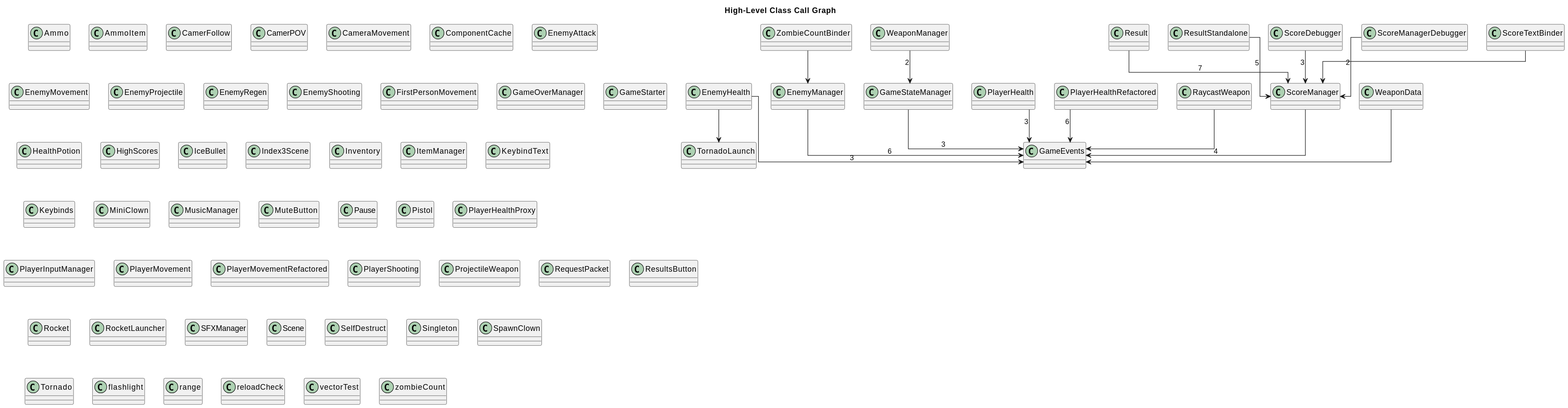
The PlantUML diagram DevTools/Diagrams/out/call_graph.svg in ieatyoursushi/Zombtoy, before a commit.
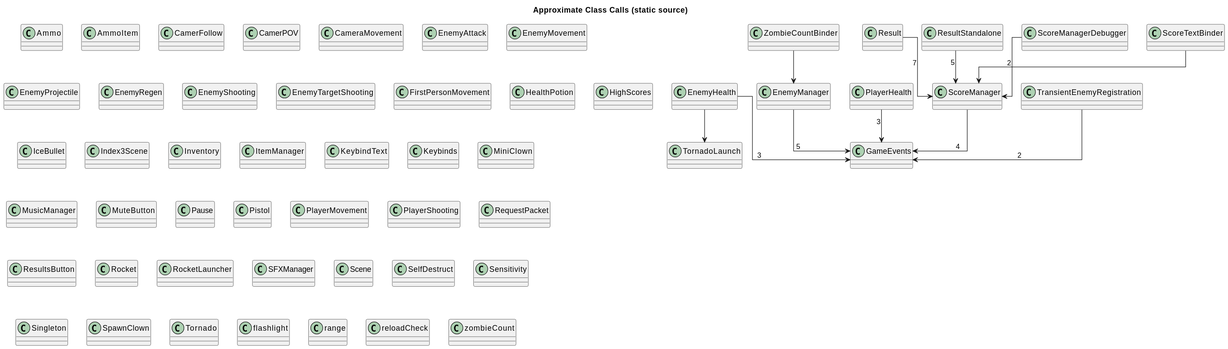
After the change.

Change to the diagram source:
```diff
@@ -1,12 +1,11 @@
 @startuml
-title High-Level Class Call Graph
+title Approximate Class Calls (static source)
 skinparam linetype ortho
 class Ammo
 class AmmoItem
 class CamerFollow
 class CamerPOV
 class CameraMovement
-class ComponentCache
 class EnemyAttack
 class EnemyHealth
 class EnemyManager
@@ -14,11 +13,9 @@
 class EnemyProjectile
 class EnemyRegen
 class EnemyShooting
+class EnemyTargetShooting
 class FirstPersonMovement
 class GameEvents
-class GameOverManager
-class GameStarter
-class GameStateManager
 class HealthPotion
 class HighScores
 class IceBullet
@@ -33,14 +30,8 @@
 class Pause
 class Pistol
 class PlayerHealth
-class PlayerHealthProxy
-class PlayerHealthRefactored
-class PlayerInputManager
 class PlayerMovement
-class PlayerMovementRefactored
 class PlayerShooting
-class ProjectileWeapon
-class RaycastWeapon
 class RequestPacket
 class Result
 class ResultStandalone
@@ -49,37 +40,30 @@
 class RocketLauncher
 class SFXManager
 class Scene
-class ScoreDebugger
 class ScoreManager
 class ScoreManagerDebugger
 class ScoreTextBinder
 class SelfDestruct
+class Sensitivity
 class Singleton
 class SpawnClown
 class Tornado
 class TornadoLaunch
-class WeaponData
-class WeaponManager
+class TransientEnemyRegistration
 class ZombieCountBinder
 class flashlight
 class range
 class reloadCheck
-class vectorTest
 class zombieCount
-ScoreTextBinder --> ScoreManager
-Result --> ScoreManager : 7
-ZombieCountBinder --> EnemyManager
-ResultStandalone --> ScoreManager : 5
-GameStateManager --> GameEvents : 3
-EnemyManager --> GameEvents : 6
-ScoreManager --> GameEvents : 4
-RaycastWeapon --> GameEvents
-WeaponData --> GameEvents
-WeaponManager --> GameStateManager : 2
 EnemyHealth --> GameEvents : 3
 EnemyHealth --> TornadoLaunch
-ScoreDebugger --> ScoreManager : 3
+EnemyManager --> GameEvents : 5
+PlayerHealth --> GameEvents : 3
+Result --> ScoreManager : 7
+ResultStandalone --> ScoreManager : 5
+ScoreManager --> GameEvents : 4
 ScoreManagerDebugger --> ScoreManager : 2
-PlayerHealthRefactored --> GameEvents : 6
-PlayerHealth --> GameEvents : 3
+ScoreTextBinder --> ScoreManager
+TransientEnemyRegistration --> GameEvents : 2
+ZombieCountBinder --> EnemyManager
 @enduml
```
